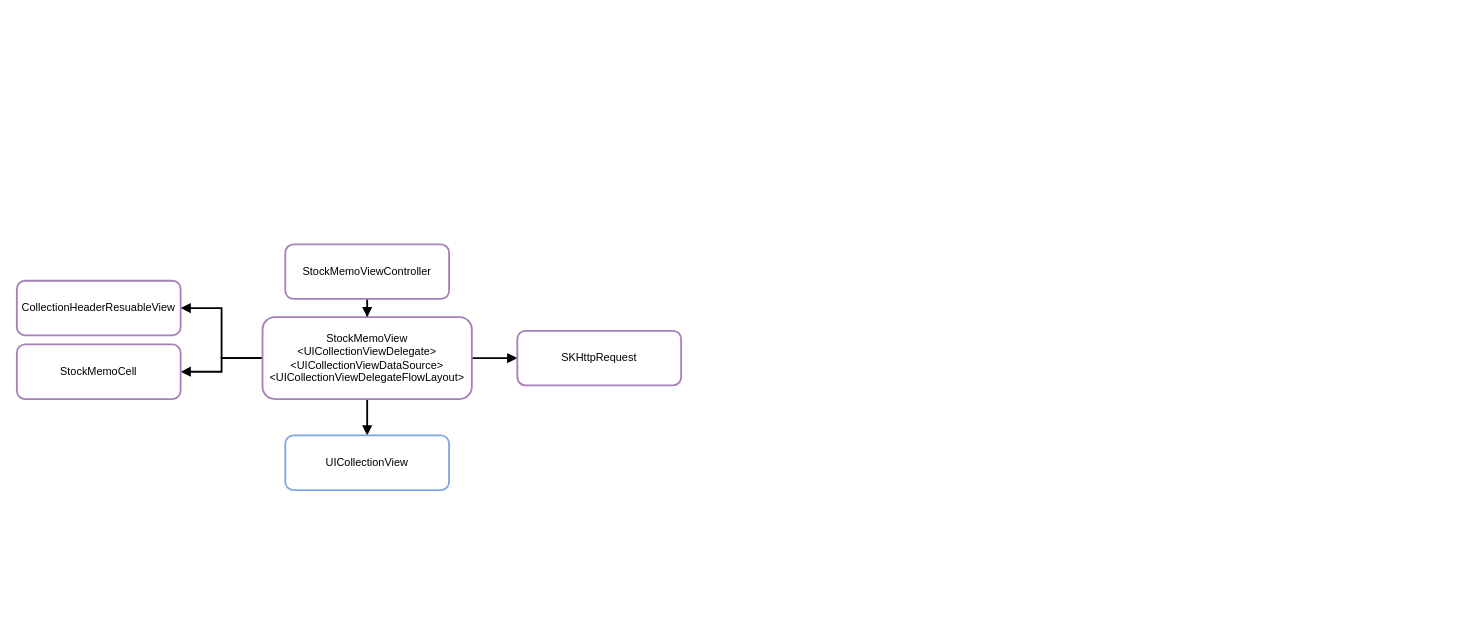
This is 股市備忘錄.drawio from CapitalMobile/swift_giselle_practice, a draw.io file, before an edit. Source tidied: cells renumbered, new cells numbered last; positions are measured from the earlier drawing's top-left corner, leaving out a move shared by most shapes. Both pictures are drawn from the tidied source at 91%, with x=0, y=0 at pixel (16, 244).
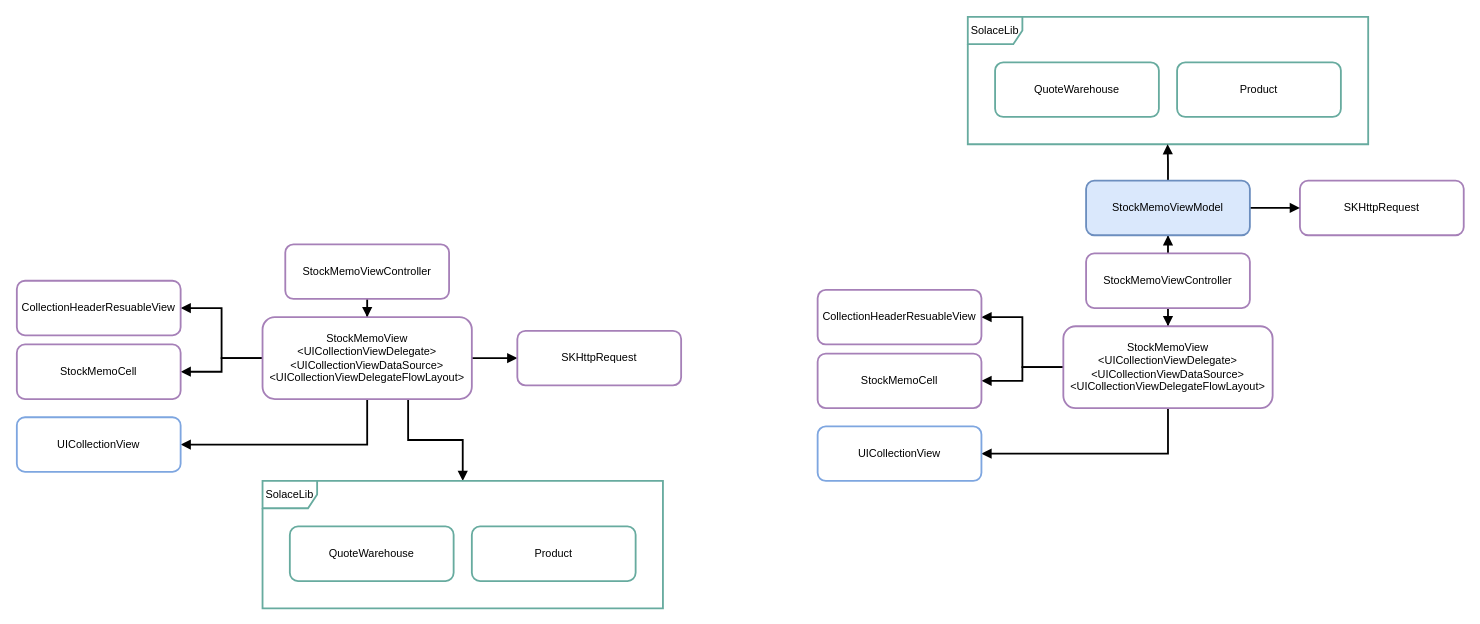
After the change.

Commit message:
更新股市備忘錄.drawio

Unchanged cells that the change refers to:
```xml
<mxCell id="8" value="StockMemoView&lt;br&gt;&lt;font style=&quot;font-size: 12px;&quot;&gt;&amp;lt;UICollectionViewDelegate&lt;span style=&quot;background-color: initial;&quot;&gt;&amp;gt;&lt;br style=&quot;&quot;&gt;&lt;/span&gt;&amp;lt;UICollectionViewDataSource&lt;span style=&quot;background-color: initial;&quot;&gt;&amp;gt;&lt;br style=&quot;&quot;&gt;&lt;/span&gt;&amp;lt;UICollectionViewDelegateFlowLayout&lt;span style=&quot;background-color: initial;&quot;&gt;&amp;gt;&lt;/span&gt;&lt;/font&gt;" style="rounded=1;whiteSpace=wrap;html=1;strokeWidth=2;strokeColor=#A680B8;" parent="1" vertex="1">
  <mxGeometry x="270" y="80" width="230" height="90" as="geometry" />
</mxCell>
```

What changed in the source:
```diff
@@
-    <mxCell id="4" style="edgeStyle=orthogonalEdgeStyle;rounded=0;jettySize=auto;html=1;strokeWidth=2;entryX=0.5;entryY=0;entryDx=0;entryDy=0;endArrow=block;endFill=1;" parent="1" edge="1" source="8" target="9">
-      <mxGeometry relative="1" as="geometry" />
-    </mxCell>
@@
+    <mxCell id="4" style="edgeStyle=orthogonalEdgeStyle;rounded=0;jettySize=auto;html=1;strokeWidth=2;fontSize=12;endArrow=block;endFill=1;entryX=1;entryY=0.5;entryDx=0;entryDy=0;" parent="1" edge="1" source="8" target="9">
+      <mxGeometry relative="1" as="geometry">
+        <Array as="points">
+          <mxPoint x="385" y="220" />
+        </Array>
+      </mxGeometry>
+    </mxCell>
+    <mxCell id="13" style="edgeStyle=orthogonalEdgeStyle;rounded=0;jettySize=auto;html=1;strokeWidth=2;fontSize=12;endArrow=block;endFill=1;" parent="1" edge="1" source="8" target="14">
+      <mxGeometry relative="1" as="geometry">
+        <Array as="points">
+          <mxPoint x="430" y="215" />
+          <mxPoint x="490" y="215" />
+        </Array>
+      </mxGeometry>
+    </mxCell>
@@
     <mxCell id="9" value="UICollectionView" style="rounded=1;whiteSpace=wrap;html=1;strokeWidth=2;strokeColor=#7EA6E0;" parent="1" vertex="1">
-      <mxGeometry x="295" y="210" width="180" height="60" as="geometry" />
+      <mxGeometry y="190" width="180" height="60" as="geometry" />
     </mxCell>
@@
+    <mxCell id="14" value="SolaceLib" style="shape=umlFrame;whiteSpace=wrap;html=1;strokeColor=#67AB9F;strokeWidth=2;fontSize=12;" parent="1" vertex="1">
+      <mxGeometry x="270" y="260" width="440" height="140" as="geometry" />
+    </mxCell>
+    <mxCell id="15" value="QuoteWarehouse" style="rounded=1;whiteSpace=wrap;html=1;strokeWidth=2;strokeColor=#67AB9F;" parent="1" vertex="1">
+      <mxGeometry x="300" y="310" width="180" height="60" as="geometry" />
+    </mxCell>
+    <mxCell id="16" value="Product" style="rounded=1;whiteSpace=wrap;html=1;strokeWidth=2;strokeColor=#67AB9F;" parent="1" vertex="1">
+      <mxGeometry x="500" y="310" width="180" height="60" as="geometry" />
+    </mxCell>
+    <mxCell id="17" style="edgeStyle=orthogonalEdgeStyle;rounded=0;jettySize=auto;html=1;strokeWidth=2;fontSize=12;endArrow=block;endFill=1;" parent="1" edge="1" source="19" target="23">
+      <mxGeometry relative="1" as="geometry" />
+    </mxCell>
+    <mxCell id="18" style="edgeStyle=orthogonalEdgeStyle;rounded=0;jettySize=auto;html=1;entryX=0.5;entryY=1;entryDx=0;entryDy=0;strokeWidth=2;fontSize=12;endArrow=block;endFill=1;" parent="1" edge="1" source="19" target="33">
+      <mxGeometry relative="1" as="geometry" />
+    </mxCell>
+    <mxCell id="19" value="StockMemoViewController" style="rounded=1;whiteSpace=wrap;html=1;strokeWidth=2;strokeColor=#A680B8;" parent="1" vertex="1">
+      <mxGeometry x="1175" y="10" width="180" height="60" as="geometry" />
+    </mxCell>
+    <mxCell id="20" style="edgeStyle=orthogonalEdgeStyle;rounded=0;jettySize=auto;html=1;entryX=1;entryY=0.5;entryDx=0;entryDy=0;strokeWidth=2;fontSize=12;endArrow=block;endFill=1;" parent="1" edge="1" source="23" target="26">
+      <mxGeometry relative="1" as="geometry" />
+    </mxCell>
+    <mxCell id="21" style="edgeStyle=orthogonalEdgeStyle;rounded=0;jettySize=auto;html=1;strokeWidth=2;fontSize=12;endArrow=block;endFill=1;" parent="1" edge="1" source="23" target="25">
+      <mxGeometry relative="1" as="geometry" />
+    </mxCell>
+    <mxCell id="22" style="edgeStyle=orthogonalEdgeStyle;rounded=0;jettySize=auto;html=1;strokeWidth=2;fontSize=12;endArrow=block;endFill=1;entryX=1;entryY=0.5;entryDx=0;entryDy=0;" parent="1" edge="1" source="23" target="24">
+      <mxGeometry relative="1" as="geometry">
+        <Array as="points">
+          <mxPoint x="1265" y="230" />
+        </Array>
+      </mxGeometry>
+    </mxCell>
+    <mxCell id="23" value="StockMemoView&lt;br&gt;&lt;font style=&quot;font-size: 12px;&quot;&gt;&amp;lt;UICollectionViewDelegate&lt;span style=&quot;background-color: initial;&quot;&gt;&amp;gt;&lt;br style=&quot;&quot;&gt;&lt;/span&gt;&amp;lt;UICollectionViewDataSource&lt;span style=&quot;background-color: initial;&quot;&gt;&amp;gt;&lt;br style=&quot;&quot;&gt;&lt;/span&gt;&amp;lt;UICollectionViewDelegateFlowLayout&lt;span style=&quot;background-color: initial;&quot;&gt;&amp;gt;&lt;/span&gt;&lt;/font&gt;" style="rounded=1;whiteSpace=wrap;html=1;strokeWidth=2;strokeColor=#A680B8;" parent="1" vertex="1">
+      <mxGeometry x="1150" y="90" width="230" height="90" as="geometry" />
+    </mxCell>
+    <mxCell id="24" value="UICollectionView" style="rounded=1;whiteSpace=wrap;html=1;strokeWidth=2;strokeColor=#7EA6E0;" parent="1" vertex="1">
+      <mxGeometry x="880" y="200" width="180" height="60" as="geometry" />
+    </mxCell>
+    <mxCell id="25" value="StockMemoCell" style="rounded=1;whiteSpace=wrap;html=1;strokeWidth=2;strokeColor=#A680B8;" parent="1" vertex="1">
+      <mxGeometry x="880" y="120" width="180" height="60" as="geometry" />
+    </mxCell>
+    <mxCell id="26" value="CollectionHeaderResuableView" style="rounded=1;whiteSpace=wrap;html=1;strokeWidth=2;strokeColor=#A680B8;" parent="1" vertex="1">
+      <mxGeometry x="880" y="50" width="180" height="60" as="geometry" />
+    </mxCell>
+    <mxCell id="27" value="SKHttpRequest" style="rounded=1;whiteSpace=wrap;html=1;strokeWidth=2;strokeColor=#A680B8;" parent="1" vertex="1">
+      <mxGeometry x="1410" y="-70" width="180" height="60" as="geometry" />
+    </mxCell>
+    <mxCell id="28" value="SolaceLib" style="shape=umlFrame;whiteSpace=wrap;html=1;strokeColor=#67AB9F;strokeWidth=2;fontSize=12;" parent="1" vertex="1">
+      <mxGeometry x="1045" y="-250" width="440" height="140" as="geometry" />
+    </mxCell>
+    <mxCell id="29" value="QuoteWarehouse" style="rounded=1;whiteSpace=wrap;html=1;strokeWidth=2;strokeColor=#67AB9F;" parent="1" vertex="1">
+      <mxGeometry x="1075" y="-200" width="180" height="60" as="geometry" />
+    </mxCell>
+    <mxCell id="30" value="Product" style="rounded=1;whiteSpace=wrap;html=1;strokeWidth=2;strokeColor=#67AB9F;" parent="1" vertex="1">
+      <mxGeometry x="1275" y="-200" width="180" height="60" as="geometry" />
+    </mxCell>
+    <mxCell id="31" style="edgeStyle=orthogonalEdgeStyle;rounded=0;jettySize=auto;html=1;entryX=0;entryY=0.5;entryDx=0;entryDy=0;strokeWidth=2;fontSize=12;endArrow=block;endFill=1;" parent="1" edge="1" source="33" target="27">
+      <mxGeometry relative="1" as="geometry" />
+    </mxCell>
+    <mxCell id="32" style="edgeStyle=orthogonalEdgeStyle;rounded=0;jettySize=auto;html=1;entryX=0.499;entryY=1;entryDx=0;entryDy=0;entryPerimeter=0;strokeWidth=2;fontSize=12;endArrow=block;endFill=1;" parent="1" edge="1" source="33" target="28">
+      <mxGeometry relative="1" as="geometry" />
+    </mxCell>
+    <mxCell id="33" value="StockMemoViewModel" style="rounded=1;whiteSpace=wrap;html=1;strokeWidth=2;strokeColor=#6c8ebf;fillColor=#dae8fc;" parent="1" vertex="1">
+      <mxGeometry x="1175" y="-70" width="180" height="60" as="geometry" />
+    </mxCell>
```
